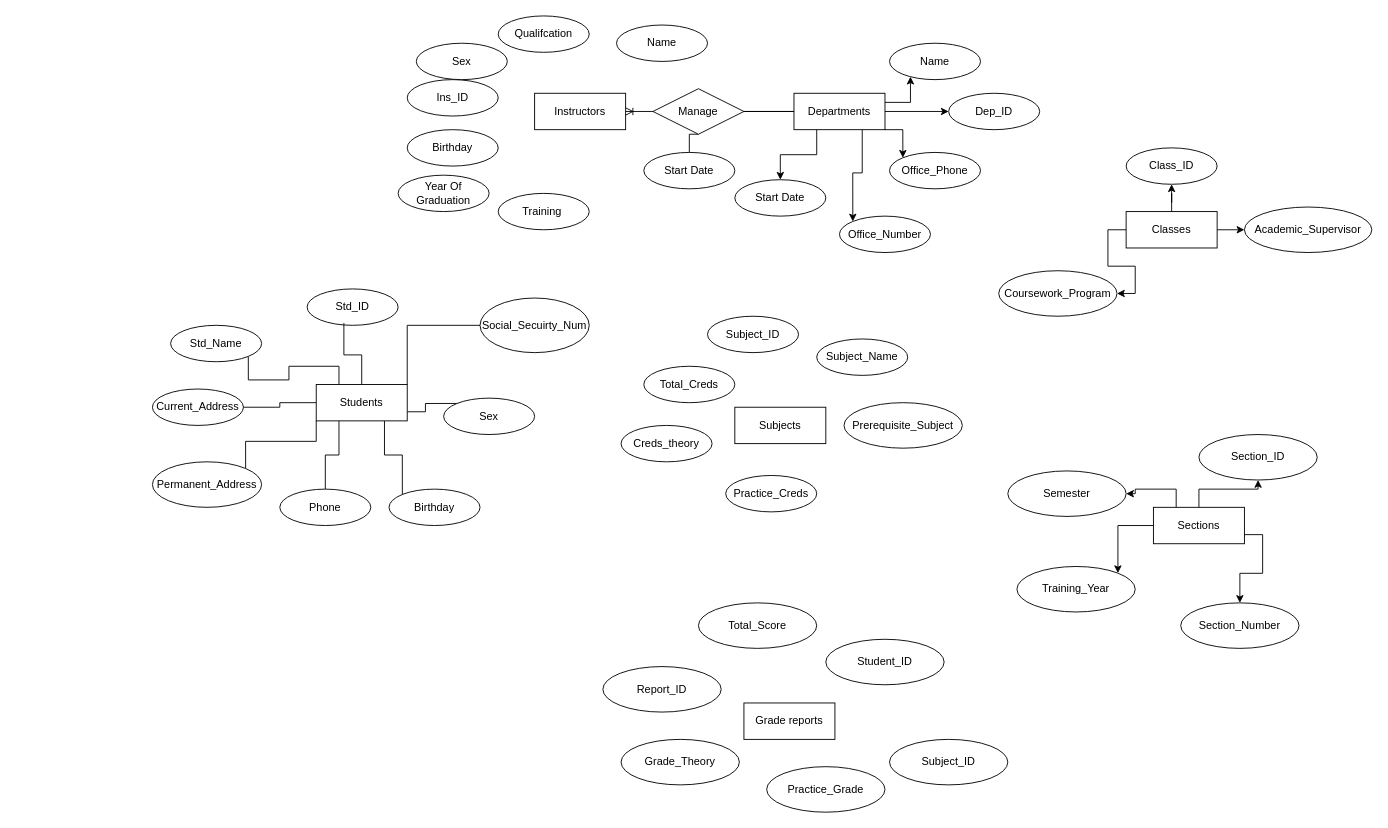
This is Lab3.drawio from QuanTran05/ERD, a draw.io file, before an edit. Source tidied: cells renumbered, new cells numbered last; positions are measured from the earlier drawing's top-left corner, leaving out a move shared by most shapes. Both pictures are drawn from the tidied source at 91%, with x=0, y=0 at pixel (152, 15).
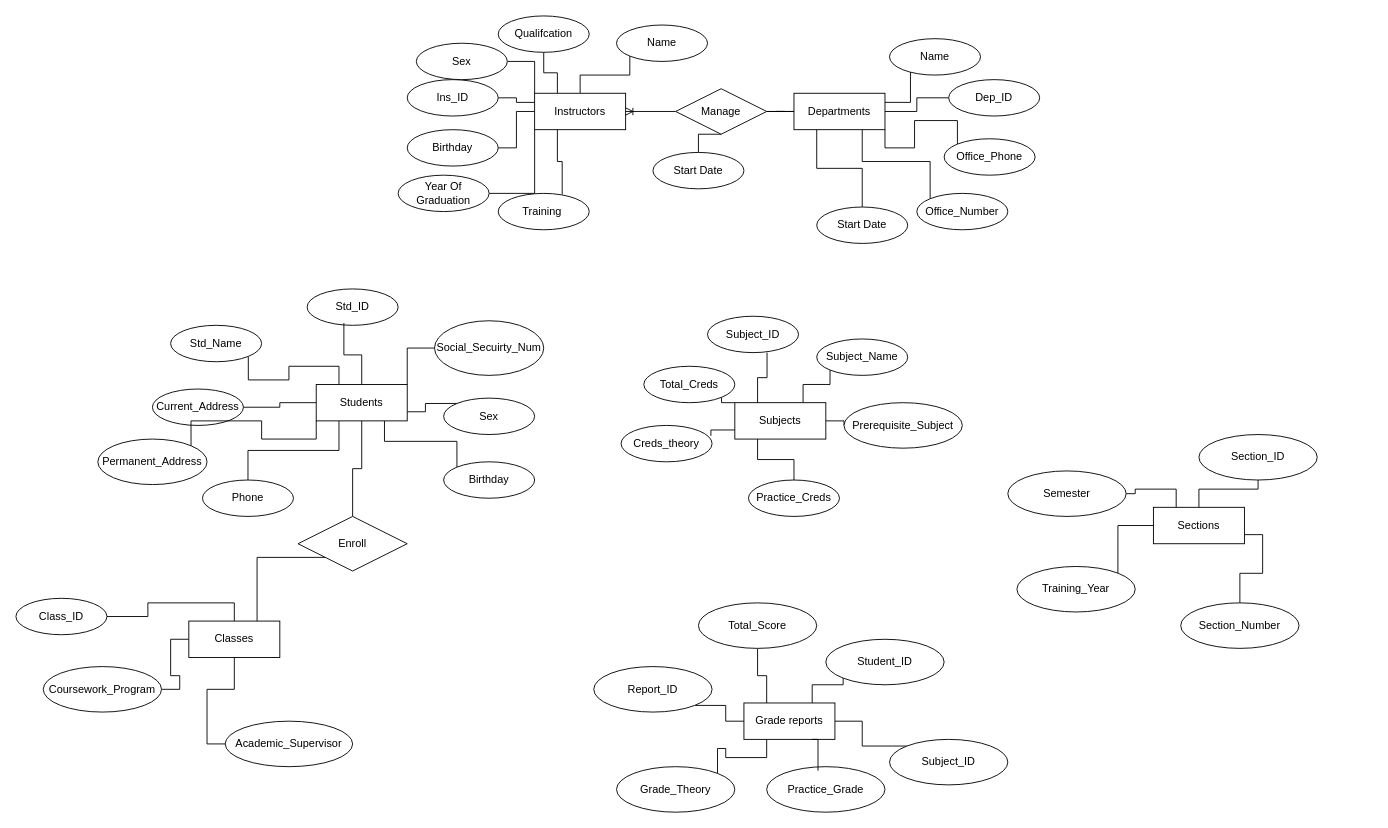
The same diagram, later.

Unchanged cells that the change refers to:
```xml
<mxCell id="8" value="Departments" style="whiteSpace=wrap;html=1;align=center;" parent="1" vertex="1">
  <mxGeometry x="705" y="85" width="100" height="40" as="geometry" />
</mxCell>
<mxCell id="9" value="Instructors" style="whiteSpace=wrap;html=1;align=center;" parent="1" vertex="1">
  <mxGeometry x="420" y="85" width="100" height="40" as="geometry" />
</mxCell>
<mxCell id="18" value="Birthday" style="ellipse;whiteSpace=wrap;html=1;align=center;" parent="1" vertex="1">
  <mxGeometry x="280" y="125" width="100" height="40" as="geometry" />
</mxCell>
<mxCell id="19" value="Ins_ID" style="ellipse;whiteSpace=wrap;html=1;align=center;" parent="1" vertex="1">
  <mxGeometry x="280" y="70" width="100" height="40" as="geometry" />
</mxCell>
<mxCell id="20" value="Creds_theory" style="ellipse;whiteSpace=wrap;html=1;align=center;" parent="1" vertex="1">
  <mxGeometry x="515" y="450" width="100" height="40" as="geometry" />
</mxCell>
<mxCell id="21" value="Training&amp;nbsp;" style="ellipse;whiteSpace=wrap;html=1;align=center;" parent="1" vertex="1">
  <mxGeometry x="380" y="195" width="100" height="40" as="geometry" />
</mxCell>
<mxCell id="22" value="Name" style="ellipse;whiteSpace=wrap;html=1;align=center;" parent="1" vertex="1">
  <mxGeometry x="510" y="10" width="100" height="40" as="geometry" />
</mxCell>
<mxCell id="23" value="Sex" style="ellipse;whiteSpace=wrap;html=1;align=center;" parent="1" vertex="1">
  <mxGeometry x="290" y="30" width="100" height="40" as="geometry" />
</mxCell>
<mxCell id="24" value="Qualifcation" style="ellipse;whiteSpace=wrap;html=1;align=center;" parent="1" vertex="1">
  <mxGeometry x="380" width="100" height="40" as="geometry" />
</mxCell>
<mxCell id="33" value="Students" style="whiteSpace=wrap;html=1;align=center;" parent="1" vertex="1">
  <mxGeometry x="180" y="405" width="100" height="40" as="geometry" />
</mxCell>
<mxCell id="39" value="Grade reports" style="whiteSpace=wrap;html=1;align=center;" parent="1" vertex="1">
  <mxGeometry x="650" y="755" width="100" height="40" as="geometry" />
</mxCell>
<mxCell id="44" value="Sections" style="whiteSpace=wrap;html=1;align=center;" parent="1" vertex="1">
  <mxGeometry x="1100" y="540" width="100" height="40" as="geometry" />
</mxCell>
<mxCell id="45" value="Year Of Graduation" style="ellipse;whiteSpace=wrap;html=1;align=center;" parent="1" vertex="1">
  <mxGeometry x="270" y="175" width="100" height="40" as="geometry" />
</mxCell>
<mxCell id="54" value="Total_Creds" style="ellipse;whiteSpace=wrap;html=1;align=center;" parent="1" vertex="1">
  <mxGeometry x="540" y="385" width="100" height="40" as="geometry" />
</mxCell>
<mxCell id="56" value="Prerequisite_Subject" style="ellipse;whiteSpace=wrap;html=1;align=center;" parent="1" vertex="1">
  <mxGeometry x="760" y="425" width="130" height="50" as="geometry" />
</mxCell>
<mxCell id="57" value="Subject_ID" style="ellipse;whiteSpace=wrap;html=1;align=center;" parent="1" vertex="1">
  <mxGeometry x="610" y="330" width="100" height="40" as="geometry" />
</mxCell>
<mxCell id="59" value="Subject_Name" style="ellipse;whiteSpace=wrap;html=1;align=center;" parent="1" vertex="1">
  <mxGeometry x="730" y="355" width="100" height="40" as="geometry" />
</mxCell>
<mxCell id="63" value="Training_Year" style="ellipse;whiteSpace=wrap;html=1;align=center;" parent="1" vertex="1">
  <mxGeometry x="950" y="605" width="130" height="50" as="geometry" />
</mxCell>
<mxCell id="64" value="Section_Number" style="ellipse;whiteSpace=wrap;html=1;align=center;" parent="1" vertex="1">
  <mxGeometry x="1130" y="645" width="130" height="50" as="geometry" />
</mxCell>
<mxCell id="65" value="Section_ID" style="ellipse;whiteSpace=wrap;html=1;align=center;" parent="1" vertex="1">
  <mxGeometry x="1150" y="460" width="130" height="50" as="geometry" />
</mxCell>
<mxCell id="66" value="Semester" style="ellipse;whiteSpace=wrap;html=1;align=center;" parent="1" vertex="1">
  <mxGeometry x="940" y="500" width="130" height="50" as="geometry" />
</mxCell>
<mxCell id="68" value="Total_Score" style="ellipse;whiteSpace=wrap;html=1;align=center;" parent="1" vertex="1">
  <mxGeometry x="600" y="645" width="130" height="50" as="geometry" />
</mxCell>
<mxCell id="69" value="Student_ID" style="ellipse;whiteSpace=wrap;html=1;align=center;" parent="1" vertex="1">
  <mxGeometry x="740" y="685" width="130" height="50" as="geometry" />
</mxCell>
<mxCell id="70" value="Practice_Grade" style="ellipse;whiteSpace=wrap;html=1;align=center;" parent="1" vertex="1">
  <mxGeometry x="675" y="825" width="130" height="50" as="geometry" />
</mxCell>
<mxCell id="72" value="Subject_ID" style="ellipse;whiteSpace=wrap;html=1;align=center;" parent="1" vertex="1">
  <mxGeometry x="810" y="795" width="130" height="50" as="geometry" />
</mxCell>
```

What changed in the source:
```diff
@@
-    <mxCell id="4" style="edgeStyle=orthogonalEdgeStyle;rounded=0;jettySize=auto;html=1;exitX=1;exitY=0.5;exitDx=0;exitDy=0;entryX=0;entryY=0.5;entryDx=0;entryDy=0;" parent="1" edge="1" source="8" target="13">
+    <mxCell id="4" style="edgeStyle=orthogonalEdgeStyle;rounded=0;jettySize=auto;html=1;exitX=1;exitY=0.5;exitDx=0;exitDy=0;entryX=0;entryY=0.5;entryDx=0;entryDy=0;endArrow=none;startFill=0;" parent="1" edge="1" source="8" target="13">
       <mxGeometry relative="1" as="geometry" />
     </mxCell>
-    <mxCell id="5" style="edgeStyle=orthogonalEdgeStyle;rounded=0;jettySize=auto;html=1;exitX=1;exitY=1;exitDx=0;exitDy=0;entryX=0;entryY=0;entryDx=0;entryDy=0;" parent="1" edge="1" source="8" target="11">
+    <mxCell id="5" style="edgeStyle=orthogonalEdgeStyle;rounded=0;jettySize=auto;html=1;exitX=1;exitY=1;exitDx=0;exitDy=0;entryX=0;entryY=0;entryDx=0;entryDy=0;endArrow=none;startFill=0;" parent="1" edge="1" source="8" target="11">
       <mxGeometry relative="1" as="geometry" />
     </mxCell>
-    <mxCell id="6" style="edgeStyle=orthogonalEdgeStyle;rounded=0;jettySize=auto;html=1;exitX=0.75;exitY=1;exitDx=0;exitDy=0;entryX=0;entryY=0;entryDx=0;entryDy=0;" parent="1" edge="1" source="8" target="12">
+    <mxCell id="6" style="edgeStyle=orthogonalEdgeStyle;rounded=0;jettySize=auto;html=1;exitX=0.75;exitY=1;exitDx=0;exitDy=0;entryX=0;entryY=0;entryDx=0;entryDy=0;endArrow=none;startFill=0;" parent="1" edge="1" source="8" target="12">
       <mxGeometry relative="1" as="geometry" />
     </mxCell>
-    <mxCell id="7" style="edgeStyle=orthogonalEdgeStyle;rounded=0;jettySize=auto;html=1;exitX=0.25;exitY=1;exitDx=0;exitDy=0;entryX=0.5;entryY=0;entryDx=0;entryDy=0;" parent="1" edge="1" source="8" target="10">
+    <mxCell id="7" style="edgeStyle=orthogonalEdgeStyle;rounded=0;jettySize=auto;html=1;exitX=0.25;exitY=1;exitDx=0;exitDy=0;entryX=0.5;entryY=0;entryDx=0;entryDy=0;endArrow=none;startFill=0;" parent="1" edge="1" source="8" target="10">
       <mxGeometry relative="1" as="geometry" />
     </mxCell>
@@
+    <mxCell id="74" style="edgeStyle=orthogonalEdgeStyle;rounded=0;jettySize=auto;html=1;exitX=0;exitY=1;exitDx=0;exitDy=0;entryX=1;entryY=0.5;entryDx=0;entryDy=0;endArrow=none;startFill=0;" parent="1" edge="1" source="9" target="45">
+      <mxGeometry relative="1" as="geometry" />
+    </mxCell>
+    <mxCell id="75" style="edgeStyle=orthogonalEdgeStyle;rounded=0;jettySize=auto;html=1;exitX=0;exitY=0.5;exitDx=0;exitDy=0;endArrow=none;startFill=0;" parent="1" edge="1" source="9" target="18">
+      <mxGeometry relative="1" as="geometry" />
+    </mxCell>
+    <mxCell id="76" style="edgeStyle=orthogonalEdgeStyle;rounded=0;jettySize=auto;html=1;exitX=0;exitY=0.25;exitDx=0;exitDy=0;entryX=1;entryY=0.5;entryDx=0;entryDy=0;endArrow=none;startFill=0;" parent="1" edge="1" source="9" target="19">
+      <mxGeometry relative="1" as="geometry" />
+    </mxCell>
+    <mxCell id="77" style="edgeStyle=orthogonalEdgeStyle;rounded=0;jettySize=auto;html=1;exitX=0;exitY=0;exitDx=0;exitDy=0;entryX=1;entryY=0.5;entryDx=0;entryDy=0;endArrow=none;startFill=0;" parent="1" edge="1" source="9" target="23">
+      <mxGeometry relative="1" as="geometry" />
+    </mxCell>
+    <mxCell id="78" style="edgeStyle=orthogonalEdgeStyle;rounded=0;jettySize=auto;html=1;exitX=0.25;exitY=0;exitDx=0;exitDy=0;entryX=0.5;entryY=1;entryDx=0;entryDy=0;endArrow=none;startFill=0;" parent="1" edge="1" source="9" target="24">
+      <mxGeometry relative="1" as="geometry" />
+    </mxCell>
+    <mxCell id="79" style="edgeStyle=orthogonalEdgeStyle;rounded=0;jettySize=auto;html=1;exitX=0.5;exitY=0;exitDx=0;exitDy=0;entryX=0;entryY=1;entryDx=0;entryDy=0;endArrow=none;startFill=0;" parent="1" edge="1" source="9" target="22">
+      <mxGeometry relative="1" as="geometry" />
+    </mxCell>
@@
     <mxCell id="10" value="Start Date" style="ellipse;whiteSpace=wrap;html=1;align=center;" parent="1" vertex="1">
-      <mxGeometry x="640" y="180" width="100" height="40" as="geometry" />
+      <mxGeometry x="730" y="210" width="100" height="40" as="geometry" />
     </mxCell>
     <mxCell id="11" value="Office_Phone" style="ellipse;whiteSpace=wrap;html=1;align=center;" parent="1" vertex="1">
-      <mxGeometry x="810" y="150" width="100" height="40" as="geometry" />
+      <mxGeometry x="870" y="135" width="100" height="40" as="geometry" />
     </mxCell>
     <mxCell id="12" value="Office_Number" style="ellipse;whiteSpace=wrap;html=1;align=center;" parent="1" vertex="1">
-      <mxGeometry x="755" y="220" width="100" height="40" as="geometry" />
+      <mxGeometry x="840" y="195" width="100" height="40" as="geometry" />
     </mxCell>
     <mxCell id="13" value="Dep_ID" style="ellipse;whiteSpace=wrap;html=1;align=center;" parent="1" vertex="1">
-      <mxGeometry x="875" y="85" width="100" height="40" as="geometry" />
+      <mxGeometry x="875" y="70" width="100" height="40" as="geometry" />
     </mxCell>
     <mxCell id="14" value="Name" style="ellipse;whiteSpace=wrap;html=1;align=center;" parent="1" vertex="1">
-      <mxGeometry x="810" y="30" width="100" height="40" as="geometry" />
+      <mxGeometry x="810" y="25" width="100" height="40" as="geometry" />
     </mxCell>
@@
     <mxCell id="17" value="Manage" style="shape=rhombus;perimeter=rhombusPerimeter;whiteSpace=wrap;html=1;align=center;" parent="1" vertex="1">
-      <mxGeometry x="550" y="80" width="100" height="50" as="geometry" />
+      <mxGeometry x="575" y="80" width="100" height="50" as="geometry" />
     </mxCell>
@@
+    <mxCell id="80" style="edgeStyle=orthogonalEdgeStyle;rounded=0;jettySize=auto;html=1;exitX=0.5;exitY=1;exitDx=0;exitDy=0;entryX=0.5;entryY=0;entryDx=0;entryDy=0;endArrow=none;startFill=0;" parent="1" edge="1" source="33" target="95">
+      <mxGeometry relative="1" as="geometry" />
+    </mxCell>
@@
+    <mxCell id="81" style="edgeStyle=orthogonalEdgeStyle;rounded=0;jettySize=auto;html=1;exitX=1;exitY=0.5;exitDx=0;exitDy=0;entryX=0;entryY=0.5;entryDx=0;entryDy=0;endArrow=none;startFill=0;" parent="1" edge="1" source="34" target="56">
+      <mxGeometry relative="1" as="geometry" />
+    </mxCell>
+    <mxCell id="82" style="edgeStyle=orthogonalEdgeStyle;rounded=0;jettySize=auto;html=1;exitX=0.75;exitY=0;exitDx=0;exitDy=0;entryX=0;entryY=1;entryDx=0;entryDy=0;endArrow=none;startFill=0;" parent="1" edge="1" source="34" target="59">
+      <mxGeometry relative="1" as="geometry" />
+    </mxCell>
+    <mxCell id="83" style="edgeStyle=orthogonalEdgeStyle;rounded=0;jettySize=auto;html=1;exitX=0;exitY=0;exitDx=0;exitDy=0;entryX=1;entryY=1;entryDx=0;entryDy=0;endArrow=none;startFill=0;" parent="1" edge="1" source="34" target="54">
+      <mxGeometry relative="1" as="geometry" />
+    </mxCell>
+    <mxCell id="84" style="edgeStyle=orthogonalEdgeStyle;rounded=0;jettySize=auto;html=1;exitX=0.25;exitY=1;exitDx=0;exitDy=0;entryX=0.5;entryY=0;entryDx=0;entryDy=0;endArrow=none;startFill=0;" parent="1" edge="1" source="34" target="55">
+      <mxGeometry relative="1" as="geometry" />
+    </mxCell>
     <mxCell id="34" value="Subjects" style="whiteSpace=wrap;html=1;align=center;" parent="1" vertex="1">
-      <mxGeometry x="640" y="430" width="100" height="40" as="geometry" />
+      <mxGeometry x="640" y="425" width="100" height="40" as="geometry" />
     </mxCell>
-    <mxCell id="35" style="edgeStyle=orthogonalEdgeStyle;rounded=0;jettySize=auto;html=1;exitX=0;exitY=0.5;exitDx=0;exitDy=0;entryX=1;entryY=0.5;entryDx=0;entryDy=0;" parent="1" edge="1" source="38" target="61">
+    <mxCell id="35" style="edgeStyle=orthogonalEdgeStyle;rounded=0;jettySize=auto;html=1;exitX=0;exitY=0.5;exitDx=0;exitDy=0;entryX=1;entryY=0.5;entryDx=0;entryDy=0;endArrow=none;startFill=0;" parent="1" edge="1" source="38" target="61">
       <mxGeometry relative="1" as="geometry" />
     </mxCell>
-    <mxCell id="36" style="edgeStyle=orthogonalEdgeStyle;rounded=0;jettySize=auto;html=1;exitX=0.5;exitY=0;exitDx=0;exitDy=0;" parent="1" edge="1" source="38" target="60">
+    <mxCell id="36" style="edgeStyle=orthogonalEdgeStyle;rounded=0;jettySize=auto;html=1;exitX=0.5;exitY=0;exitDx=0;exitDy=0;endArrow=none;startFill=0;" parent="1" edge="1" source="38" target="60">
       <mxGeometry relative="1" as="geometry" />
     </mxCell>
-    <mxCell id="37" style="edgeStyle=orthogonalEdgeStyle;rounded=0;jettySize=auto;html=1;exitX=1;exitY=0.5;exitDx=0;exitDy=0;entryX=0;entryY=0.5;entryDx=0;entryDy=0;" parent="1" edge="1" source="38" target="62">
+    <mxCell id="37" style="edgeStyle=orthogonalEdgeStyle;rounded=0;jettySize=auto;html=1;exitX=0.5;exitY=1;exitDx=0;exitDy=0;entryX=0;entryY=0.5;entryDx=0;entryDy=0;endArrow=none;startFill=0;" parent="1" edge="1" source="38" target="62">
       <mxGeometry relative="1" as="geometry" />
     </mxCell>
     <mxCell id="38" value="Classes" style="whiteSpace=wrap;html=1;align=center;" parent="1" vertex="1">
-      <mxGeometry x="1070" y="215" width="100" height="40" as="geometry" />
+      <mxGeometry x="40" y="665" width="100" height="40" as="geometry" />
     </mxCell>
+    <mxCell id="85" style="edgeStyle=orthogonalEdgeStyle;rounded=0;jettySize=auto;html=1;exitX=0.25;exitY=0;exitDx=0;exitDy=0;entryX=0.5;entryY=1;entryDx=0;entryDy=0;endArrow=none;endFill=1;startFill=0;" parent="1" edge="1" source="39" target="68">
+      <mxGeometry relative="1" as="geometry" />
+    </mxCell>
+    <mxCell id="86" style="edgeStyle=orthogonalEdgeStyle;rounded=0;jettySize=auto;html=1;exitX=0.75;exitY=0;exitDx=0;exitDy=0;entryX=0;entryY=1;entryDx=0;entryDy=0;endArrow=none;endFill=1;startFill=0;" parent="1" edge="1" source="39" target="69">
+      <mxGeometry relative="1" as="geometry" />
+    </mxCell>
+    <mxCell id="87" style="edgeStyle=orthogonalEdgeStyle;rounded=0;jettySize=auto;html=1;exitX=1;exitY=0.5;exitDx=0;exitDy=0;entryX=0;entryY=0;entryDx=0;entryDy=0;endArrow=none;endFill=1;startFill=0;" parent="1" edge="1" source="39" target="72">
+      <mxGeometry relative="1" as="geometry" />
+    </mxCell>
+    <mxCell id="88" style="edgeStyle=orthogonalEdgeStyle;rounded=0;jettySize=auto;html=1;exitX=0;exitY=0.5;exitDx=0;exitDy=0;entryX=1;entryY=1;entryDx=0;entryDy=0;endArrow=none;endFill=1;startFill=0;" parent="1" edge="1" source="39" target="71">
+      <mxGeometry relative="1" as="geometry" />
+    </mxCell>
@@
-    <mxCell id="40" style="edgeStyle=orthogonalEdgeStyle;rounded=0;jettySize=auto;html=1;exitX=0.25;exitY=0;exitDx=0;exitDy=0;" parent="1" edge="1" source="44" target="66">
+    <mxCell id="40" style="edgeStyle=orthogonalEdgeStyle;rounded=0;jettySize=auto;html=1;exitX=0.25;exitY=0;exitDx=0;exitDy=0;endArrow=none;startFill=0;" parent="1" edge="1" source="44" target="66">
       <mxGeometry relative="1" as="geometry" />
     </mxCell>
-    <mxCell id="41" style="edgeStyle=orthogonalEdgeStyle;rounded=0;jettySize=auto;html=1;exitX=0.5;exitY=0;exitDx=0;exitDy=0;" parent="1" edge="1" source="44" target="65">
+    <mxCell id="41" style="edgeStyle=orthogonalEdgeStyle;rounded=0;jettySize=auto;html=1;exitX=0.5;exitY=0;exitDx=0;exitDy=0;endArrow=none;startFill=0;" parent="1" edge="1" source="44" target="65">
       <mxGeometry relative="1" as="geometry" />
     </mxCell>
-    <mxCell id="42" style="edgeStyle=orthogonalEdgeStyle;rounded=0;jettySize=auto;html=1;exitX=1;exitY=0.75;exitDx=0;exitDy=0;" parent="1" edge="1" source="44" target="64">
+    <mxCell id="42" style="edgeStyle=orthogonalEdgeStyle;rounded=0;jettySize=auto;html=1;exitX=1;exitY=0.75;exitDx=0;exitDy=0;endArrow=none;startFill=0;" parent="1" edge="1" source="44" target="64">
       <mxGeometry relative="1" as="geometry" />
     </mxCell>
-    <mxCell id="43" style="edgeStyle=orthogonalEdgeStyle;rounded=0;jettySize=auto;html=1;exitX=0;exitY=0.5;exitDx=0;exitDy=0;entryX=1;entryY=0;entryDx=0;entryDy=0;" parent="1" edge="1" source="44" target="63">
+    <mxCell id="43" style="edgeStyle=orthogonalEdgeStyle;rounded=0;jettySize=auto;html=1;exitX=0;exitY=0.5;exitDx=0;exitDy=0;entryX=1;entryY=0;entryDx=0;entryDy=0;endArrow=none;startFill=0;" parent="1" edge="1" source="44" target="63">
       <mxGeometry relative="1" as="geometry" />
     </mxCell>
@@
     <mxCell id="46" value="Social_Secuirty_Num" style="ellipse;whiteSpace=wrap;html=1;align=center;" parent="1" vertex="1">
-      <mxGeometry x="360" y="310" width="120" height="60" as="geometry" />
+      <mxGeometry x="310" y="335" width="120" height="60" as="geometry" />
     </mxCell>
     <mxCell id="47" value="Phone" style="ellipse;whiteSpace=wrap;html=1;align=center;" parent="1" vertex="1">
-      <mxGeometry x="140" y="520" width="100" height="40" as="geometry" />
+      <mxGeometry x="55" y="510" width="100" height="40" as="geometry" />
     </mxCell>
@@
     <mxCell id="50" value="Permanent_Address" style="ellipse;whiteSpace=wrap;html=1;align=center;" parent="1" vertex="1">
-      <mxGeometry y="490" width="120" height="50" as="geometry" />
+      <mxGeometry x="-60" y="465" width="120" height="50" as="geometry" />
     </mxCell>
@@
     <mxCell id="52" value="Birthday" style="ellipse;whiteSpace=wrap;html=1;align=center;" parent="1" vertex="1">
-      <mxGeometry x="260" y="520" width="100" height="40" as="geometry" />
+      <mxGeometry x="320" y="490" width="100" height="40" as="geometry" />
     </mxCell>
@@
     <mxCell id="55" value="Practice_Creds" style="ellipse;whiteSpace=wrap;html=1;align=center;" parent="1" vertex="1">
-      <mxGeometry x="630" y="505" width="100" height="40" as="geometry" />
+      <mxGeometry x="655" y="510" width="100" height="40" as="geometry" />
     </mxCell>
@@
     <mxCell id="58" value="Start Date" style="ellipse;whiteSpace=wrap;html=1;align=center;" parent="1" vertex="1">
-      <mxGeometry x="540" y="150" width="100" height="40" as="geometry" />
+      <mxGeometry x="550" y="150" width="100" height="40" as="geometry" />
     </mxCell>
@@
     <mxCell id="60" value="Class_ID" style="ellipse;whiteSpace=wrap;html=1;align=center;" parent="1" vertex="1">
-      <mxGeometry x="1070" y="145" width="100" height="40" as="geometry" />
+      <mxGeometry x="-150" y="640" width="100" height="40" as="geometry" />
     </mxCell>
     <mxCell id="61" value="Coursework_Program" style="ellipse;whiteSpace=wrap;html=1;align=center;" parent="1" vertex="1">
-      <mxGeometry x="930" y="280" width="130" height="50" as="geometry" />
+      <mxGeometry x="-120" y="715" width="130" height="50" as="geometry" />
     </mxCell>
     <mxCell id="62" value="Academic_Supervisor" style="ellipse;whiteSpace=wrap;html=1;align=center;" parent="1" vertex="1">
-      <mxGeometry x="1200" y="210" width="140" height="50" as="geometry" />
+      <mxGeometry x="80" y="775" width="140" height="50" as="geometry" />
     </mxCell>
@@
     <mxCell id="67" value="Grade_Theory" style="ellipse;whiteSpace=wrap;html=1;align=center;" parent="1" vertex="1">
-      <mxGeometry x="515" y="795" width="130" height="50" as="geometry" />
+      <mxGeometry x="510" y="825" width="130" height="50" as="geometry" />
     </mxCell>
@@
     <mxCell id="71" value="Report_ID" style="ellipse;whiteSpace=wrap;html=1;align=center;" parent="1" vertex="1">
-      <mxGeometry x="495" y="715" width="130" height="50" as="geometry" />
+      <mxGeometry x="485" y="715" width="130" height="50" as="geometry" />
     </mxCell>
@@
-    <mxCell id="73" style="edgeStyle=orthogonalEdgeStyle;rounded=0;jettySize=auto;html=1;exitX=1;exitY=0.25;exitDx=0;exitDy=0;entryX=0.23;entryY=0.92;entryDx=0;entryDy=0;entryPerimeter=0;" parent="1" edge="1" source="8" target="14">
+    <mxCell id="73" style="edgeStyle=orthogonalEdgeStyle;rounded=0;jettySize=auto;html=1;exitX=1;exitY=0.25;exitDx=0;exitDy=0;entryX=0.23;entryY=0.92;entryDx=0;entryDy=0;entryPerimeter=0;endArrow=none;startFill=0;" parent="1" edge="1" source="8" target="14">
       <mxGeometry relative="1" as="geometry" />
     </mxCell>
+    <mxCell id="89" style="edgeStyle=orthogonalEdgeStyle;rounded=0;jettySize=auto;html=1;exitX=0.25;exitY=1;exitDx=0;exitDy=0;entryX=0.703;entryY=0.032;entryDx=0;entryDy=0;entryPerimeter=0;endArrow=none;startFill=0;" parent="1" edge="1" source="9" target="21">
+      <mxGeometry relative="1" as="geometry" />
+    </mxCell>
+    <mxCell id="90" style="edgeStyle=orthogonalEdgeStyle;rounded=0;jettySize=auto;html=1;exitX=0.25;exitY=0;exitDx=0;exitDy=0;entryX=0.654;entryY=1;entryDx=0;entryDy=0;entryPerimeter=0;endArrow=none;startFill=0;" parent="1" edge="1" source="34" target="57">
+      <mxGeometry relative="1" as="geometry" />
+    </mxCell>
+    <mxCell id="91" style="edgeStyle=orthogonalEdgeStyle;rounded=0;jettySize=auto;html=1;exitX=0;exitY=0.75;exitDx=0;exitDy=0;entryX=0.987;entryY=0.286;entryDx=0;entryDy=0;entryPerimeter=0;endArrow=none;startFill=0;" parent="1" edge="1" source="34" target="20">
+      <mxGeometry relative="1" as="geometry" />
+    </mxCell>
+    <mxCell id="92" style="edgeStyle=orthogonalEdgeStyle;rounded=0;jettySize=auto;html=1;exitX=0.75;exitY=1;exitDx=0;exitDy=0;entryX=0.434;entryY=0.089;entryDx=0;entryDy=0;entryPerimeter=0;endArrow=none;endFill=1;startFill=0;" parent="1" edge="1" source="39" target="70">
+      <mxGeometry relative="1" as="geometry" />
+    </mxCell>
+    <mxCell id="93" style="edgeStyle=orthogonalEdgeStyle;rounded=0;jettySize=auto;html=1;exitX=0.25;exitY=1;exitDx=0;exitDy=0;entryX=1;entryY=0;entryDx=0;entryDy=0;endArrow=none;endFill=1;startFill=0;" parent="1" edge="1" source="39" target="67">
+      <mxGeometry relative="1" as="geometry" />
+    </mxCell>
+    <mxCell id="94" style="edgeStyle=orthogonalEdgeStyle;rounded=0;jettySize=auto;html=1;exitX=0;exitY=1;exitDx=0;exitDy=0;entryX=0.75;entryY=0;entryDx=0;entryDy=0;endArrow=none;endFill=0;startFill=0;" parent="1" edge="1" source="95" target="38">
+      <mxGeometry relative="1" as="geometry" />
+    </mxCell>
+    <mxCell id="95" value="Enroll" style="shape=rhombus;perimeter=rhombusPerimeter;whiteSpace=wrap;html=1;align=center;" parent="1" vertex="1">
+      <mxGeometry x="160" y="550" width="120" height="60" as="geometry" />
+    </mxCell>
```
